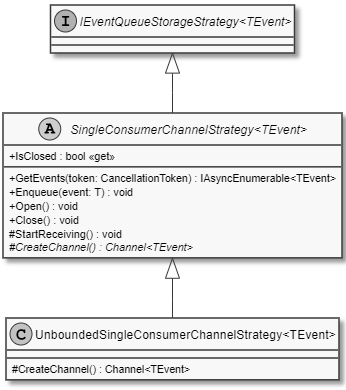
Above: documents/sd/resources/Classes/Common/Shared/Events/Queue/Strategy/SingleConsumer/UnboundedSingleConsumerChannelStrategy.PNG in insightmind/MORR (PlantUML), before the change. Its source is kept beside it as documents/sd/plantuml/application/Common/Shared/Events/Queue/Strategy/SingleConsumer/UnboundedSingleConsumerChannelStrategy.puml.
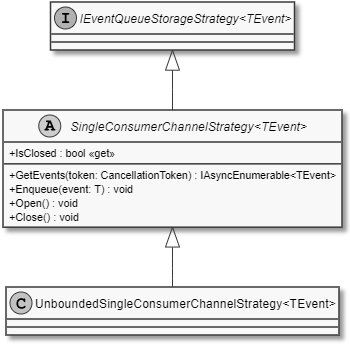
The same file after the commit.

The edit, as a diff of the source:
```diff
@@ -4,8 +4,6 @@
 
 !startsub default
 class "UnboundedSingleConsumerChannelStrategy<TEvent>" {
-
-    # CreateChannel() : Channel<TEvent>
 }
 abstract class "SingleConsumerChannelStrategy<TEvent>" {
     + IsClosed : bool <<get>>
@@ -13,8 +11,6 @@
     + Enqueue(event: T) : void
     + Open() : void
     + Close() : void
-    # StartReceiving() : void
-    # {abstract} CreateChannel() : Channel<TEvent>
 }
 interface "IEventQueueStorageStrategy<TEvent>"
 "IEventQueueStorageStrategy<TEvent>" <|-- "SingleConsumerChannelStrategy<TEvent>"
```
